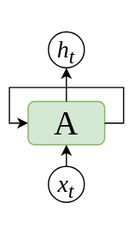
master-fency/plot keeps this draw.io diagram as RNN.drawio.svg. Above is the earlier version. Source tidied: cells renumbered, new cells last; positions are measured from the earlier drawing's top-left corner, leaving out a move shared by most shapes.
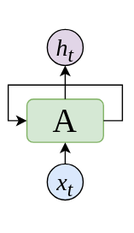
After the change.

The edit, as a diff of the source:
```diff
@@ -5,13 +5,13 @@
     <mxCell id="2" value="&lt;font face=&quot;Times New Roman&quot; style=&quot;font-size: 28px;&quot;&gt;A&lt;/font&gt;" style="rounded=1;whiteSpace=wrap;html=1;fillColor=#d5e8d4;strokeColor=#82b366;" parent="1" vertex="1">
       <mxGeometry x="16" y="58" width="64" height="36" as="geometry" />
     </mxCell>
-    <mxCell id="3" value="&lt;font face=&quot;Times New Roman&quot;&gt;&lt;span style=&quot;font-size: 20px;&quot;&gt;&lt;i&gt;h&lt;sub&gt;t&lt;/sub&gt;&lt;/i&gt;&lt;/span&gt;&lt;/font&gt;" style="ellipse;whiteSpace=wrap;html=1;shapeInside=1;" parent="1" vertex="1">
+    <mxCell id="3" value="&lt;font face=&quot;Times New Roman&quot;&gt;&lt;span style=&quot;font-size: 20px;&quot;&gt;&lt;i&gt;h&lt;sub&gt;t&lt;/sub&gt;&lt;/i&gt;&lt;/span&gt;&lt;/font&gt;" style="ellipse;whiteSpace=wrap;html=1;shapeInside=1;fillColor=#e1d5e7;strokeColor=#000000;" parent="1" vertex="1">
       <mxGeometry x="33" width="30" height="30" as="geometry" />
     </mxCell>
     <mxCell id="4" style="edgeStyle=orthogonalEdgeStyle;rounded=0;jettySize=auto;html=1;exitX=0.5;exitY=0;exitDx=0;exitDy=0;entryX=0.5;entryY=1;entryDx=0;entryDy=0;" parent="1" edge="1" source="5" target="2">
       <mxGeometry relative="1" as="geometry" />
     </mxCell>
-    <mxCell id="5" value="&lt;font face=&quot;Times New Roman&quot;&gt;&lt;span style=&quot;font-size: 20px;&quot;&gt;&lt;i&gt;x&lt;sub&gt;t&lt;/sub&gt;&lt;/i&gt;&lt;/span&gt;&lt;/font&gt;" style="ellipse;whiteSpace=wrap;html=1;shapeInside=1;" parent="1" vertex="1">
+    <mxCell id="5" value="&lt;font face=&quot;Times New Roman&quot;&gt;&lt;span style=&quot;font-size: 20px;&quot;&gt;&lt;i&gt;x&lt;sub&gt;t&lt;/sub&gt;&lt;/i&gt;&lt;/span&gt;&lt;/font&gt;" style="ellipse;whiteSpace=wrap;html=1;shapeInside=1;fillColor=#dae8fc;strokeColor=#000000;" parent="1" vertex="1">
       <mxGeometry x="33" y="112" width="30" height="30" as="geometry" />
     </mxCell>
     <mxCell id="6" style="endArrow=classic;html=1;rounded=0;exitX=0.5;exitY=0;exitDx=0;exitDy=0;entryX=0.5;entryY=1;entryDx=0;entryDy=0;" parent="1" edge="1" source="2" target="3">
```
